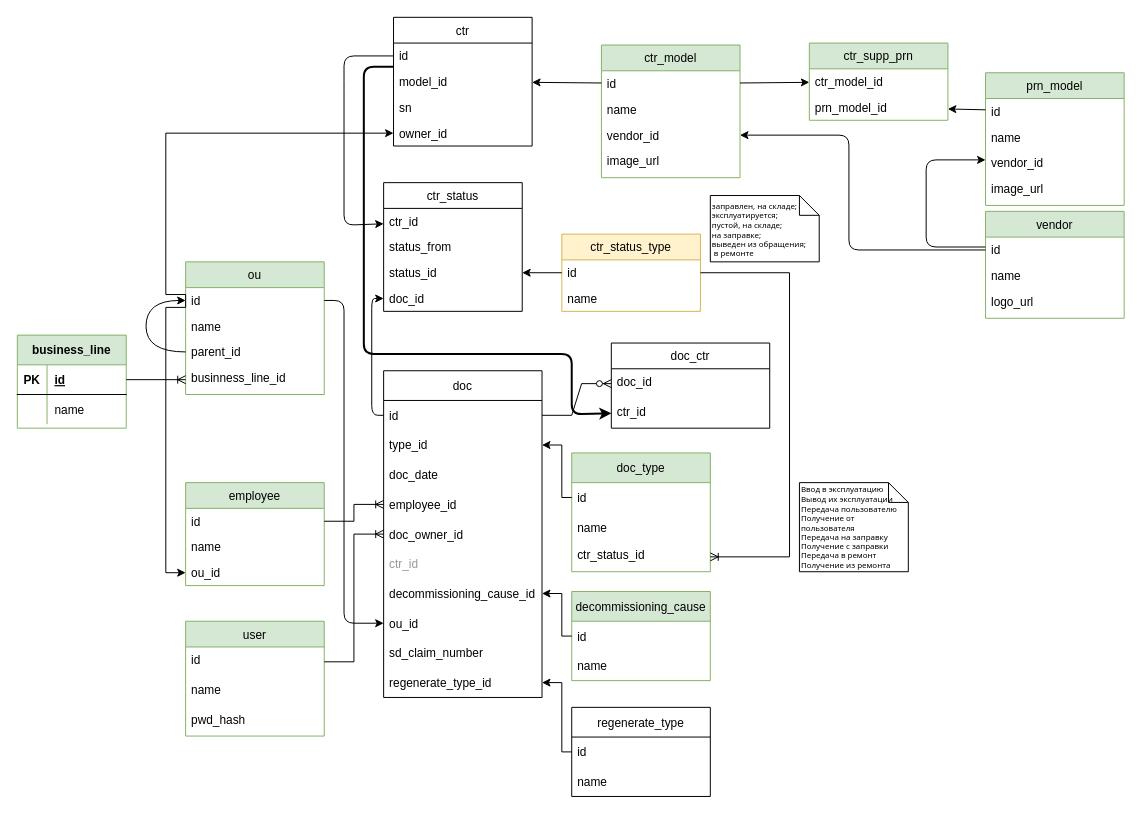
Above: docs/cartridge_accounting.drawio in IgorTkachuk/caartridge_accounting (draw.io), before the change. Source tidied: cells renumbered, new cells numbered last; positions are measured from the earlier drawing's top-left corner, leaving out a move shared by most shapes. Both pictures are drawn from the tidied source at 99%, with x=0, y=0 at pixel (17, 17).
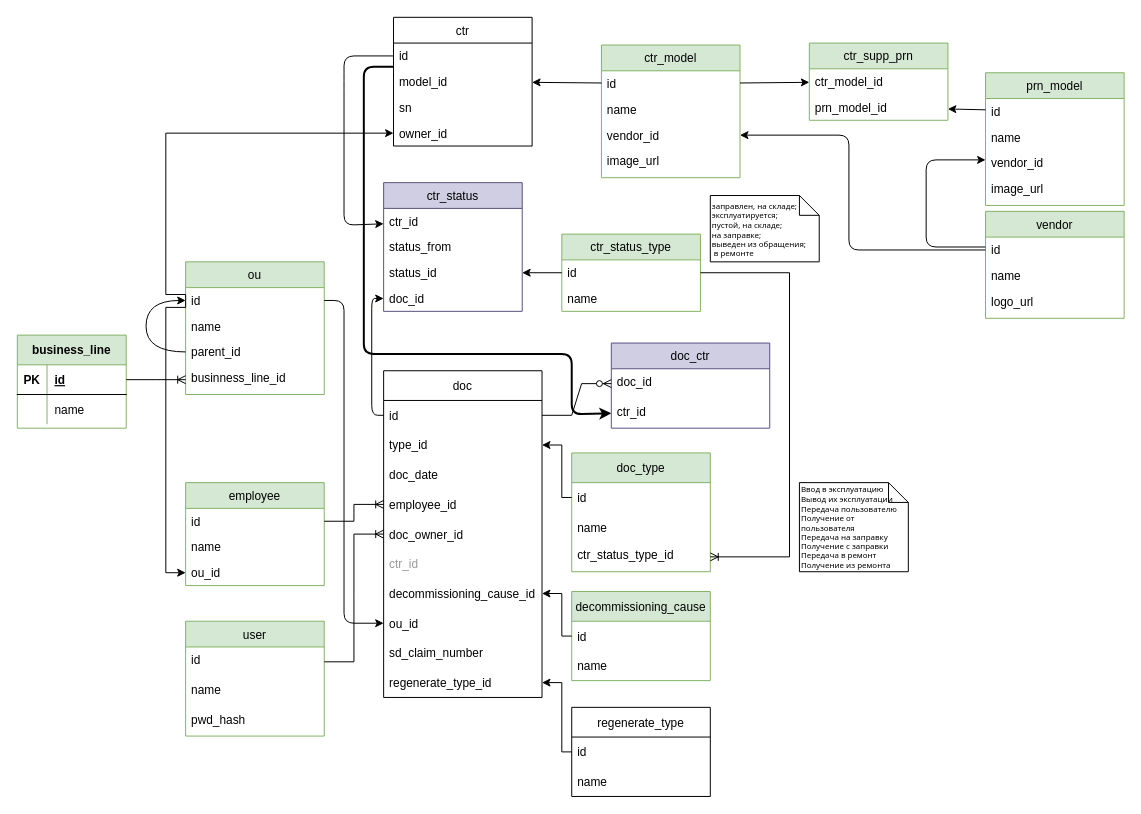
After the change.

Unchanged cells that the change refers to:
```xml
<mxCell id="63" value="doc_type" style="swimlane;fontStyle=0;horizontal=1;startSize=30;fillColor=#d5e8d4;strokeColor=#82b366;" parent="1" vertex="1">
  <mxGeometry x="560" y="440" width="140" height="120" as="geometry" />
</mxCell>
```

What changed in the source:
```diff
@@
-    <mxCell id="27" value="ctr_status" style="swimlane;fontStyle=0;horizontal=1;startSize=26;" parent="1" vertex="1">
+    <mxCell id="27" value="ctr_status" style="swimlane;fontStyle=0;horizontal=1;startSize=26;fillColor=#d0cee2;strokeColor=#56517e;" parent="1" vertex="1">
       <mxGeometry x="370" y="167" width="140" height="130" as="geometry" />
     </mxCell>
@@
-    <mxCell id="32" value="ctr_status_type" style="swimlane;fontStyle=0;horizontal=1;startSize=26;fillColor=#fff2cc;strokeColor=#d6b656;" parent="1" vertex="1">
+    <mxCell id="32" value="ctr_status_type" style="swimlane;fontStyle=0;horizontal=1;startSize=26;fillColor=#d5e8d4;strokeColor=#82b366;" parent="1" vertex="1">
       <mxGeometry x="550" y="219" width="140" height="78" as="geometry" />
     </mxCell>
@@
-    <mxCell id="66" value="ctr_status_id" style="text;strokeColor=none;fillColor=none;spacingLeft=4;spacingRight=4;overflow=hidden;points=[[0,0.5],[1,0.5]];portConstraint=eastwest;fontSize=12;" parent="63" vertex="1">
+    <mxCell id="66" value="ctr_status_type_id" style="text;strokeColor=none;fillColor=none;spacingLeft=4;spacingRight=4;overflow=hidden;points=[[0,0.5],[1,0.5]];portConstraint=eastwest;fontSize=12;" parent="63" vertex="1">
       <mxGeometry y="90" width="140" height="30" as="geometry" />
     </mxCell>
@@
-    <mxCell id="79" value="doc_ctr" style="swimlane;fontStyle=0;horizontal=1;startSize=26;align=center;fontSize=12;" parent="1" vertex="1">
+    <mxCell id="79" value="doc_ctr" style="swimlane;fontStyle=0;horizontal=1;startSize=26;align=center;fontSize=12;fillColor=#d0cee2;strokeColor=#56517e;" parent="1" vertex="1">
       <mxGeometry x="600" y="329" width="160" height="86" as="geometry" />
     </mxCell>
```
